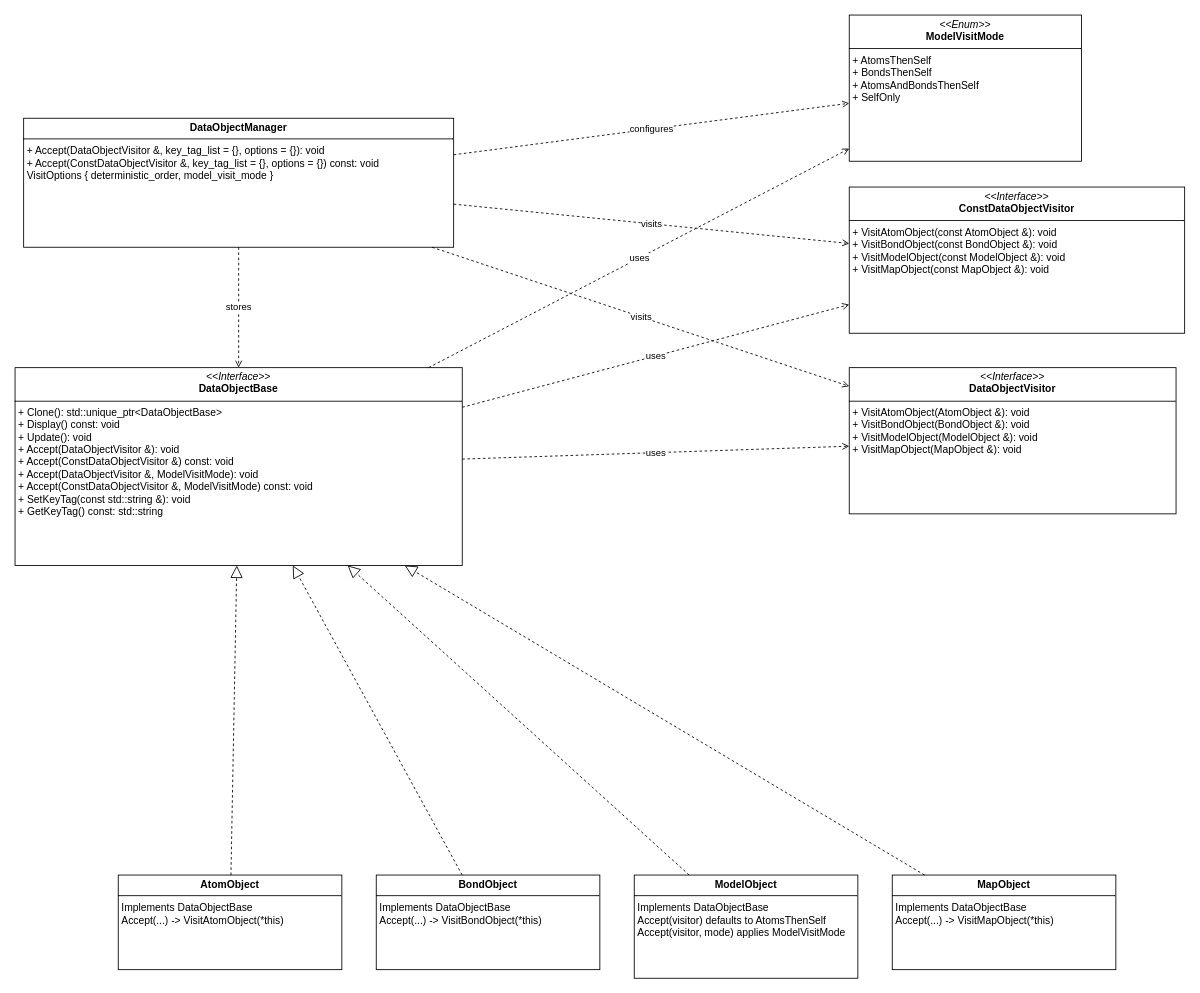
yslianTim/rhbm_gem keeps this draw.io diagram as docs/developer/architecture/diagrams/dataobject-class-diagram.drawio. Above is the earlier version. Source tidied: cells renumbered, new cells numbered last; positions are measured from the earlier drawing's top-left corner, leaving out a move shared by most shapes. Both pictures are drawn from the tidied source at 86%, with x=0, y=0 at pixel (15, 15).
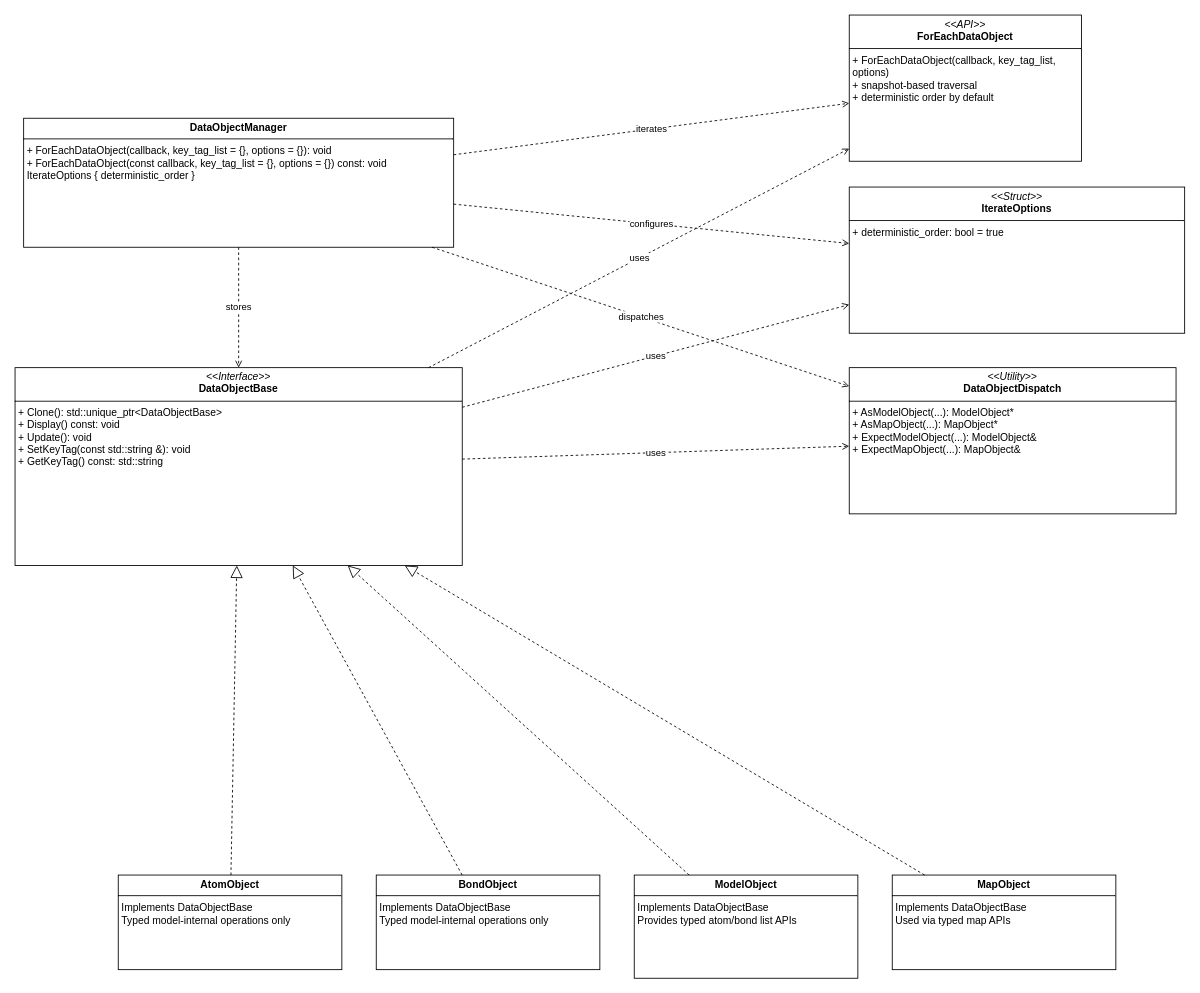
The same diagram, later.

What changed in the source:
```diff
@@
-    <mxCell id="2" value="&lt;p style=&quot;margin:0px;margin-top:4px;text-align:center;&quot;&gt;&lt;i&gt;&amp;lt;&amp;lt;Interface&amp;gt;&amp;gt;&lt;/i&gt;&lt;br&gt;&lt;b&gt;DataObjectBase&lt;/b&gt;&lt;/p&gt;&lt;hr size=&quot;1&quot; style=&quot;border-style:solid;&quot;&gt;&lt;p style=&quot;margin:0px;margin-left:4px;&quot;&gt;+ Clone(): std::unique_ptr&amp;lt;DataObjectBase&amp;gt;&lt;br&gt;+ Display() const: void&lt;br&gt;+ Update(): void&lt;br&gt;+ Accept(DataObjectVisitor &amp;amp;): void&lt;br&gt;+ Accept(ConstDataObjectVisitor &amp;amp;) const: void&lt;br&gt;+ Accept(DataObjectVisitor &amp;amp;, ModelVisitMode): void&lt;br&gt;+ Accept(ConstDataObjectVisitor &amp;amp;, ModelVisitMode) const: void&lt;br&gt;+ SetKeyTag(const std::string &amp;amp;): void&lt;br&gt;+ GetKeyTag() const: std::string&lt;/p&gt;" style="verticalAlign=top;align=left;overflow=fill;html=1;whiteSpace=wrap;rounded=0;glass=0;shadow=0;perimeterSpacing=0;strokeWidth=1;" parent="1" vertex="1">
+    <mxCell id="2" value="&lt;p style=&quot;margin:0px;margin-top:4px;text-align:center;&quot;&gt;&lt;i&gt;&amp;lt;&amp;lt;Interface&amp;gt;&amp;gt;&lt;/i&gt;&lt;br&gt;&lt;b&gt;DataObjectBase&lt;/b&gt;&lt;/p&gt;&lt;hr size=&quot;1&quot; style=&quot;border-style:solid;&quot;&gt;&lt;p style=&quot;margin:0px;margin-left:4px;&quot;&gt;+ Clone(): std::unique_ptr&amp;lt;DataObjectBase&amp;gt;&lt;br&gt;+ Display() const: void&lt;br&gt;+ Update(): void&lt;br&gt;+ SetKeyTag(const std::string &amp;amp;): void&lt;br&gt;+ GetKeyTag() const: std::string&lt;/p&gt;" style="verticalAlign=top;align=left;overflow=fill;html=1;whiteSpace=wrap;rounded=0;glass=0;shadow=0;perimeterSpacing=0;strokeWidth=1;" parent="1" vertex="1">
       <mxGeometry y="410" width="520" height="230" as="geometry" />
     </mxCell>
-    <mxCell id="3" value="&lt;p style=&quot;margin:0px;margin-top:4px;text-align:center;&quot;&gt;&lt;i&gt;&amp;lt;&amp;lt;Interface&amp;gt;&amp;gt;&lt;/i&gt;&lt;br&gt;&lt;b&gt;DataObjectVisitor&lt;/b&gt;&lt;/p&gt;&lt;hr size=&quot;1&quot; style=&quot;border-style:solid;&quot;&gt;&lt;p style=&quot;margin:0px;margin-left:4px;&quot;&gt;+ VisitAtomObject(AtomObject &amp;amp;): void&lt;br&gt;+ VisitBondObject(BondObject &amp;amp;): void&lt;br&gt;+ VisitModelObject(ModelObject &amp;amp;): void&lt;br&gt;+ VisitMapObject(MapObject &amp;amp;): void&lt;/p&gt;" style="verticalAlign=top;align=left;overflow=fill;html=1;whiteSpace=wrap;rounded=0;glass=0;shadow=0;perimeterSpacing=0;strokeWidth=1;" parent="1" vertex="1">
+    <mxCell id="3" value="&lt;p style=&quot;margin:0px;margin-top:4px;text-align:center;&quot;&gt;&lt;i&gt;&amp;lt;&amp;lt;Utility&amp;gt;&amp;gt;&lt;/i&gt;&lt;br&gt;&lt;b&gt;DataObjectDispatch&lt;/b&gt;&lt;/p&gt;&lt;hr size=&quot;1&quot; style=&quot;border-style:solid;&quot;&gt;&lt;p style=&quot;margin:0px;margin-left:4px;&quot;&gt;+ AsModelObject(...): ModelObject*&lt;br&gt;+ AsMapObject(...): MapObject*&lt;br&gt;+ ExpectModelObject(...): ModelObject&amp;amp;&lt;br&gt;+ ExpectMapObject(...): MapObject&amp;amp;&lt;/p&gt;" style="verticalAlign=top;align=left;overflow=fill;html=1;whiteSpace=wrap;rounded=0;glass=0;shadow=0;perimeterSpacing=0;strokeWidth=1;" parent="1" vertex="1">
       <mxGeometry x="970" y="410" width="380" height="170" as="geometry" />
     </mxCell>
-    <mxCell id="4" value="&lt;p style=&quot;margin:0px;margin-top:4px;text-align:center;&quot;&gt;&lt;i&gt;&amp;lt;&amp;lt;Interface&amp;gt;&amp;gt;&lt;/i&gt;&lt;br&gt;&lt;b&gt;ConstDataObjectVisitor&lt;/b&gt;&lt;/p&gt;&lt;hr size=&quot;1&quot; style=&quot;border-style:solid;&quot;&gt;&lt;p style=&quot;margin:0px;margin-left:4px;&quot;&gt;+ VisitAtomObject(const AtomObject &amp;amp;): void&lt;br&gt;+ VisitBondObject(const BondObject &amp;amp;): void&lt;br&gt;+ VisitModelObject(const ModelObject &amp;amp;): void&lt;br&gt;+ VisitMapObject(const MapObject &amp;amp;): void&lt;/p&gt;" style="verticalAlign=top;align=left;overflow=fill;html=1;whiteSpace=wrap;rounded=0;glass=0;shadow=0;perimeterSpacing=0;strokeWidth=1;" parent="1" vertex="1">
+    <mxCell id="4" value="&lt;p style=&quot;margin:0px;margin-top:4px;text-align:center;&quot;&gt;&lt;i&gt;&amp;lt;&amp;lt;Struct&amp;gt;&amp;gt;&lt;/i&gt;&lt;br&gt;&lt;b&gt;IterateOptions&lt;/b&gt;&lt;/p&gt;&lt;hr size=&quot;1&quot; style=&quot;border-style:solid;&quot;&gt;&lt;p style=&quot;margin:0px;margin-left:4px;&quot;&gt;+ deterministic_order: bool = true&lt;/p&gt;" style="verticalAlign=top;align=left;overflow=fill;html=1;whiteSpace=wrap;rounded=0;glass=0;shadow=0;perimeterSpacing=0;strokeWidth=1;" parent="1" vertex="1">
       <mxGeometry x="970" y="200" width="390" height="170" as="geometry" />
     </mxCell>
-    <mxCell id="5" value="&lt;p style=&quot;margin:0px;margin-top:4px;text-align:center;&quot;&gt;&lt;i&gt;&amp;lt;&amp;lt;Enum&amp;gt;&amp;gt;&lt;/i&gt;&lt;br&gt;&lt;b&gt;ModelVisitMode&lt;/b&gt;&lt;/p&gt;&lt;hr size=&quot;1&quot; style=&quot;border-style:solid;&quot;&gt;&lt;p style=&quot;margin:0px;margin-left:4px;&quot;&gt;+ AtomsThenSelf&lt;br&gt;+ BondsThenSelf&lt;br&gt;+ AtomsAndBondsThenSelf&lt;br&gt;+ SelfOnly&lt;/p&gt;" style="verticalAlign=top;align=left;overflow=fill;html=1;whiteSpace=wrap;rounded=0;glass=0;shadow=0;perimeterSpacing=0;strokeWidth=1;" parent="1" vertex="1">
+    <mxCell id="5" value="&lt;p style=&quot;margin:0px;margin-top:4px;text-align:center;&quot;&gt;&lt;i&gt;&amp;lt;&amp;lt;API&amp;gt;&amp;gt;&lt;/i&gt;&lt;br&gt;&lt;b&gt;ForEachDataObject&lt;/b&gt;&lt;/p&gt;&lt;hr size=&quot;1&quot; style=&quot;border-style:solid;&quot;&gt;&lt;p style=&quot;margin:0px;margin-left:4px;&quot;&gt;+ ForEachDataObject(callback, key_tag_list, options)&lt;br&gt;+ snapshot-based traversal&lt;br&gt;+ deterministic order by default&lt;/p&gt;" style="verticalAlign=top;align=left;overflow=fill;html=1;whiteSpace=wrap;rounded=0;glass=0;shadow=0;perimeterSpacing=0;strokeWidth=1;" parent="1" vertex="1">
       <mxGeometry x="970" width="270" height="170" as="geometry" />
     </mxCell>
-    <mxCell id="6" value="&lt;p style=&quot;margin:0px;margin-top:4px;text-align:center;&quot;&gt;&lt;b&gt;AtomObject&lt;/b&gt;&lt;/p&gt;&lt;hr size=&quot;1&quot; style=&quot;border-style:solid;&quot;&gt;&lt;p style=&quot;margin:0px;margin-left:4px;&quot;&gt;Implements DataObjectBase&lt;br&gt;Accept(...) -&amp;gt; VisitAtomObject(*this)&lt;/p&gt;" style="verticalAlign=top;align=left;overflow=fill;html=1;whiteSpace=wrap;rounded=0;glass=0;shadow=0;perimeterSpacing=0;strokeWidth=1;" parent="1" vertex="1">
+    <mxCell id="6" value="&lt;p style=&quot;margin:0px;margin-top:4px;text-align:center;&quot;&gt;&lt;b&gt;AtomObject&lt;/b&gt;&lt;/p&gt;&lt;hr size=&quot;1&quot; style=&quot;border-style:solid;&quot;&gt;&lt;p style=&quot;margin:0px;margin-left:4px;&quot;&gt;Implements DataObjectBase&lt;br&gt;Typed model-internal operations only&lt;/p&gt;" style="verticalAlign=top;align=left;overflow=fill;html=1;whiteSpace=wrap;rounded=0;glass=0;shadow=0;perimeterSpacing=0;strokeWidth=1;" parent="1" vertex="1">
       <mxGeometry x="120" y="1000" width="260" height="110" as="geometry" />
     </mxCell>
-    <mxCell id="7" value="&lt;p style=&quot;margin:0px;margin-top:4px;text-align:center;&quot;&gt;&lt;b&gt;BondObject&lt;/b&gt;&lt;/p&gt;&lt;hr size=&quot;1&quot; style=&quot;border-style:solid;&quot;&gt;&lt;p style=&quot;margin:0px;margin-left:4px;&quot;&gt;Implements DataObjectBase&lt;br&gt;Accept(...) -&amp;gt; VisitBondObject(*this)&lt;/p&gt;" style="verticalAlign=top;align=left;overflow=fill;html=1;whiteSpace=wrap;rounded=0;glass=0;shadow=0;perimeterSpacing=0;strokeWidth=1;" parent="1" vertex="1">
+    <mxCell id="7" value="&lt;p style=&quot;margin:0px;margin-top:4px;text-align:center;&quot;&gt;&lt;b&gt;BondObject&lt;/b&gt;&lt;/p&gt;&lt;hr size=&quot;1&quot; style=&quot;border-style:solid;&quot;&gt;&lt;p style=&quot;margin:0px;margin-left:4px;&quot;&gt;Implements DataObjectBase&lt;br&gt;Typed model-internal operations only&lt;/p&gt;" style="verticalAlign=top;align=left;overflow=fill;html=1;whiteSpace=wrap;rounded=0;glass=0;shadow=0;perimeterSpacing=0;strokeWidth=1;" parent="1" vertex="1">
       <mxGeometry x="420" y="1000" width="260" height="110" as="geometry" />
     </mxCell>
-    <mxCell id="8" value="&lt;p style=&quot;margin:0px;margin-top:4px;text-align:center;&quot;&gt;&lt;b&gt;ModelObject&lt;/b&gt;&lt;/p&gt;&lt;hr size=&quot;1&quot; style=&quot;border-style:solid;&quot;&gt;&lt;p style=&quot;margin:0px;margin-left:4px;&quot;&gt;Implements DataObjectBase&lt;br&gt;Accept(visitor) defaults to AtomsThenSelf&lt;br&gt;Accept(visitor, mode) applies ModelVisitMode&lt;/p&gt;" style="verticalAlign=top;align=left;overflow=fill;html=1;whiteSpace=wrap;rounded=0;glass=0;shadow=0;perimeterSpacing=0;strokeWidth=1;" parent="1" vertex="1">
+    <mxCell id="8" value="&lt;p style=&quot;margin:0px;margin-top:4px;text-align:center;&quot;&gt;&lt;b&gt;ModelObject&lt;/b&gt;&lt;/p&gt;&lt;hr size=&quot;1&quot; style=&quot;border-style:solid;&quot;&gt;&lt;p style=&quot;margin:0px;margin-left:4px;&quot;&gt;Implements DataObjectBase&lt;br&gt;Provides typed atom/bond list APIs&lt;/p&gt;" style="verticalAlign=top;align=left;overflow=fill;html=1;whiteSpace=wrap;rounded=0;glass=0;shadow=0;perimeterSpacing=0;strokeWidth=1;" parent="1" vertex="1">
       <mxGeometry x="720" y="1000" width="260" height="120" as="geometry" />
     </mxCell>
-    <mxCell id="9" value="&lt;p style=&quot;margin:0px;margin-top:4px;text-align:center;&quot;&gt;&lt;b&gt;MapObject&lt;/b&gt;&lt;/p&gt;&lt;hr size=&quot;1&quot; style=&quot;border-style:solid;&quot;&gt;&lt;p style=&quot;margin:0px;margin-left:4px;&quot;&gt;Implements DataObjectBase&lt;br&gt;Accept(...) -&amp;gt; VisitMapObject(*this)&lt;/p&gt;" style="verticalAlign=top;align=left;overflow=fill;html=1;whiteSpace=wrap;rounded=0;glass=0;shadow=0;perimeterSpacing=0;strokeWidth=1;" parent="1" vertex="1">
+    <mxCell id="9" value="&lt;p style=&quot;margin:0px;margin-top:4px;text-align:center;&quot;&gt;&lt;b&gt;MapObject&lt;/b&gt;&lt;/p&gt;&lt;hr size=&quot;1&quot; style=&quot;border-style:solid;&quot;&gt;&lt;p style=&quot;margin:0px;margin-left:4px;&quot;&gt;Implements DataObjectBase&lt;br&gt;Used via typed map APIs&lt;/p&gt;" style="verticalAlign=top;align=left;overflow=fill;html=1;whiteSpace=wrap;rounded=0;glass=0;shadow=0;perimeterSpacing=0;strokeWidth=1;" parent="1" vertex="1">
       <mxGeometry x="1020" y="1000" width="260" height="110" as="geometry" />
     </mxCell>
-    <mxCell id="10" value="&lt;p style=&quot;margin:0px;margin-top:4px;text-align:center;&quot;&gt;&lt;b&gt;DataObjectManager&lt;/b&gt;&lt;/p&gt;&lt;hr size=&quot;1&quot; style=&quot;border-style:solid;&quot;&gt;&lt;p style=&quot;margin:0px;margin-left:4px;&quot;&gt;+ Accept(DataObjectVisitor &amp;amp;, key_tag_list = {}, options = {}): void&lt;br&gt;+ Accept(ConstDataObjectVisitor &amp;amp;, key_tag_list = {}, options = {}) const: void&lt;br&gt;VisitOptions { deterministic_order, model_visit_mode }&lt;/p&gt;" style="verticalAlign=top;align=left;overflow=fill;html=1;whiteSpace=wrap;rounded=0;glass=0;shadow=0;perimeterSpacing=0;strokeWidth=1;" parent="1" vertex="1">
+    <mxCell id="10" value="&lt;p style=&quot;margin:0px;margin-top:4px;text-align:center;&quot;&gt;&lt;b&gt;DataObjectManager&lt;/b&gt;&lt;/p&gt;&lt;hr size=&quot;1&quot; style=&quot;border-style:solid;&quot;&gt;&lt;p style=&quot;margin:0px;margin-left:4px;&quot;&gt;+ ForEachDataObject(callback, key_tag_list = {}, options = {}): void&lt;br&gt;+ ForEachDataObject(const callback, key_tag_list = {}, options = {}) const: void&lt;br&gt;IterateOptions { deterministic_order }&lt;/p&gt;" style="verticalAlign=top;align=left;overflow=fill;html=1;whiteSpace=wrap;rounded=0;glass=0;shadow=0;perimeterSpacing=0;strokeWidth=1;" parent="1" vertex="1">
       <mxGeometry x="10" y="120" width="500" height="150" as="geometry" />
     </mxCell>
@@
-    <mxCell id="18" value="visits" style="endArrow=open;dashed=1;endFill=0;html=1;" parent="1" edge="1" source="10" target="3">
+    <mxCell id="18" value="dispatches" style="endArrow=open;dashed=1;endFill=0;html=1;" parent="1" edge="1" source="10" target="3">
       <mxGeometry relative="1" as="geometry" />
     </mxCell>
-    <mxCell id="19" value="visits" style="endArrow=open;dashed=1;endFill=0;html=1;" parent="1" edge="1" source="10" target="4">
+    <mxCell id="19" value="configures" style="endArrow=open;dashed=1;endFill=0;html=1;" parent="1" edge="1" source="10" target="4">
       <mxGeometry relative="1" as="geometry" />
     </mxCell>
@@
-    <mxCell id="21" value="configures" style="endArrow=open;dashed=1;endFill=0;html=1;" parent="1" edge="1" source="10" target="5">
+    <mxCell id="21" value="iterates" style="endArrow=open;dashed=1;endFill=0;html=1;" parent="1" edge="1" source="10" target="5">
       <mxGeometry relative="1" as="geometry" />
     </mxCell>
```
